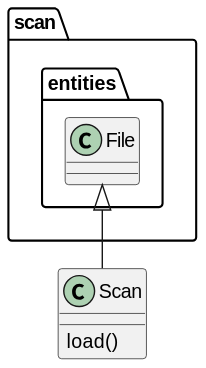
Above: docs/uml/evedata.scan.boundaries.scan.svg in tillbiskup/evedata (PlantUML), before the change.
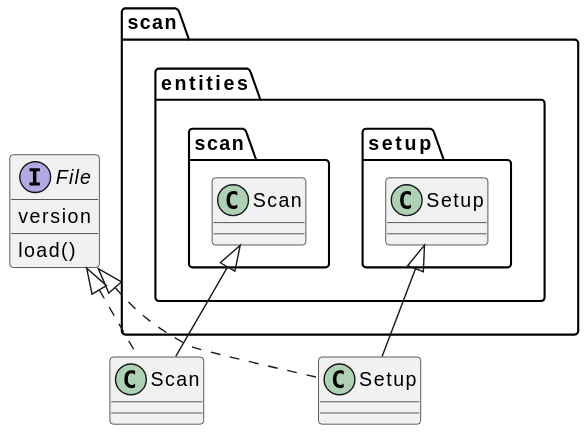
The same file after the commit.

The edit, as a diff of the source:
```diff
@@ -1,6 +1,13 @@
 @startuml
 
-class Scan extends scan.entities.File {
+interface File {
+    version
     load()
 }
+
+class Scan extends scan.entities.scan.Scan implements File {
+}
+
+class Setup extends scan.entities.setup.Setup implements File {
+}
 @enduml
```
